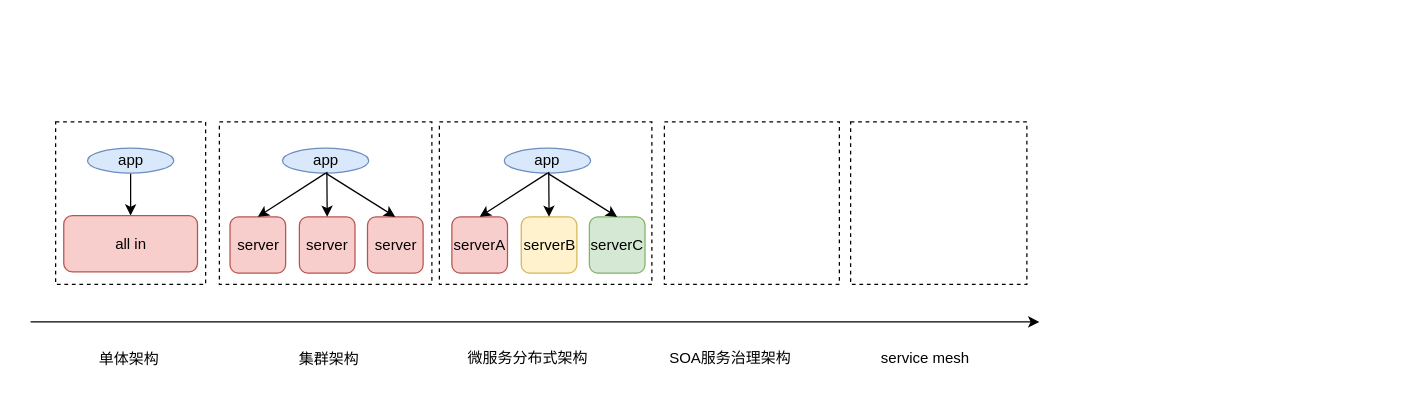
Earlier version of the draw.io diagram Untitled Diagram.drawio (jonasjq/jiaqing). Source tidied: cells renumbered, new cells numbered last; positions are measured from the earlier drawing's top-left corner, leaving out a move shared by most shapes. Both pictures are drawn from the tidied source at 125%, with x=0, y=0 at pixel (30, 121).
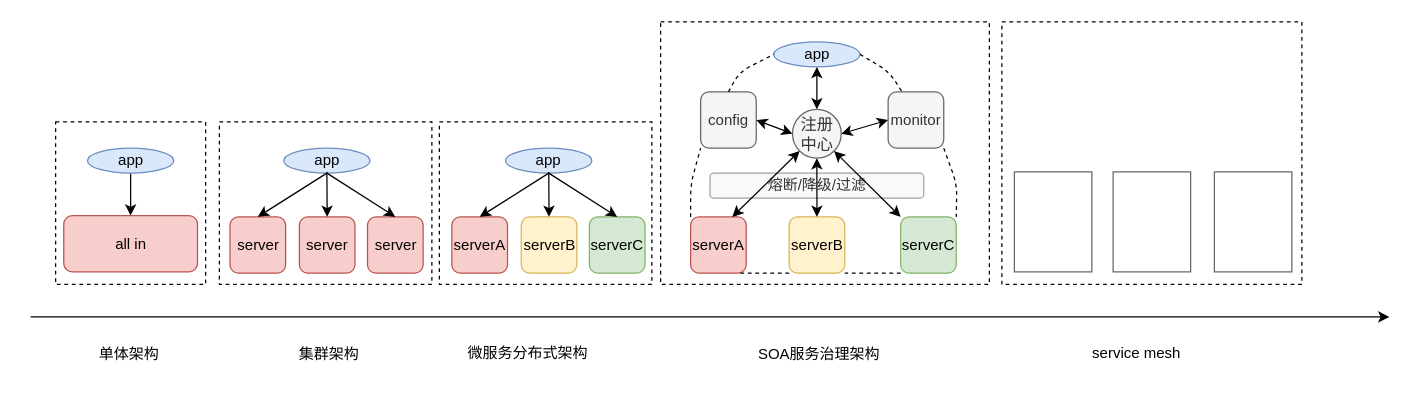
The same page after the edit.

What changed in the source:
```diff
@@
     <mxCell id="4" style="endArrow=classic;html=1;" parent="1" edge="1">
       <mxGeometry relative="1" as="geometry">
-        <mxPoint y="160" as="sourcePoint" />
-        <mxPoint x="807" y="160" as="targetPoint" />
+        <mxPoint y="156" as="sourcePoint" />
+        <mxPoint x="1087" y="156" as="targetPoint" />
       </mxGeometry>
     </mxCell>
@@
     <mxCell id="6" style="rounded=0;whiteSpace=wrap;html=1;dashed=1;" parent="1" vertex="1">
-      <mxGeometry x="507" width="140" height="130" as="geometry" />
+      <mxGeometry x="504" y="-80" width="263" height="210" as="geometry" />
     </mxCell>
     <mxCell id="7" value="单体架构" style="text;html=1;strokeColor=none;fillColor=none;align=center;verticalAlign=middle;whiteSpace=wrap;rounded=0;" parent="1" vertex="1">
-      <mxGeometry x="49" y="180" width="60" height="20" as="geometry" />
+      <mxGeometry x="49" y="176" width="60" height="20" as="geometry" />
     </mxCell>
     <mxCell id="8" value="集群架构" style="text;html=1;strokeColor=none;fillColor=none;align=center;verticalAlign=middle;whiteSpace=wrap;rounded=0;" parent="1" vertex="1">
-      <mxGeometry x="209" y="180" width="60" height="20" as="geometry" />
+      <mxGeometry x="209" y="176" width="60" height="20" as="geometry" />
     </mxCell>
     <mxCell id="9" value="微服务分布式架构" style="text;html=1;strokeColor=none;fillColor=none;align=center;verticalAlign=middle;whiteSpace=wrap;rounded=0;" parent="1" vertex="1">
-      <mxGeometry x="348" y="179" width="100" height="20" as="geometry" />
+      <mxGeometry x="348" y="175" width="100" height="20" as="geometry" />
     </mxCell>
     <mxCell id="10" value="SOA服务治理架构" style="text;html=1;strokeColor=none;fillColor=none;align=center;verticalAlign=middle;whiteSpace=wrap;rounded=0;" parent="1" vertex="1">
-      <mxGeometry x="510" y="179" width="100" height="20" as="geometry" />
+      <mxGeometry x="580.5" y="176" width="100" height="20" as="geometry" />
     </mxCell>
     <mxCell id="11" style="rounded=0;whiteSpace=wrap;html=1;dashed=1;" parent="1" vertex="1">
-      <mxGeometry x="656" width="141" height="130" as="geometry" />
+      <mxGeometry x="777" y="-80" width="240" height="210" as="geometry" />
     </mxCell>
     <mxCell id="12" value="service mesh" style="text;html=1;strokeColor=none;fillColor=none;align=center;verticalAlign=middle;whiteSpace=wrap;rounded=0;" parent="1" vertex="1">
-      <mxGeometry x="666" y="179" width="100" height="20" as="geometry" />
+      <mxGeometry x="834.5" y="175" width="100" height="20" as="geometry" />
     </mxCell>
@@
     <mxCell id="19" value="app" style="ellipse;whiteSpace=wrap;html=1;fillColor=#dae8fc;strokeColor=#6c8ebf;" parent="1" vertex="1">
-      <mxGeometry x="201.5" y="21" width="69" height="20" as="geometry" />
+      <mxGeometry x="202.5" y="21" width="69" height="20" as="geometry" />
     </mxCell>
@@
     <mxCell id="26" value="app" style="ellipse;whiteSpace=wrap;html=1;fillColor=#dae8fc;strokeColor=#6c8ebf;" parent="1" vertex="1">
-      <mxGeometry x="379" y="21" width="69" height="20" as="geometry" />
+      <mxGeometry x="380" y="21" width="69" height="20" as="geometry" />
     </mxCell>
@@
+    <mxCell id="30" value="serverA" style="rounded=1;whiteSpace=wrap;html=1;fillColor=#f8cecc;strokeColor=#b85450;" parent="1" vertex="1">
+      <mxGeometry x="528" y="76" width="44.5" height="45" as="geometry" />
+    </mxCell>
+    <mxCell id="31" value="serverB" style="rounded=1;whiteSpace=wrap;html=1;fillColor=#fff2cc;strokeColor=#d6b656;" parent="1" vertex="1">
+      <mxGeometry x="606.8" y="76" width="44.5" height="45" as="geometry" />
+    </mxCell>
+    <mxCell id="32" value="serverC" style="rounded=1;whiteSpace=wrap;html=1;fillColor=#d5e8d4;strokeColor=#82b366;" parent="1" vertex="1">
+      <mxGeometry x="696" y="76" width="44.5" height="45" as="geometry" />
+    </mxCell>
+    <mxCell id="33" value="app" style="ellipse;whiteSpace=wrap;html=1;fillColor=#dae8fc;strokeColor=#6c8ebf;" parent="1" vertex="1">
+      <mxGeometry x="594.5" y="-64" width="69" height="20" as="geometry" />
+    </mxCell>
+    <mxCell id="34" value="&lt;font style=&quot;font-size: 13px;&quot;&gt;注册中心&lt;/font&gt;" style="ellipse;whiteSpace=wrap;html=1;rounded=1;fillColor=#f5f5f5;strokeColor=#666666;fontColor=#333333;fontSize=13;" parent="1" vertex="1">
+      <mxGeometry x="609.5" y="-10" width="39" height="39" as="geometry" />
+    </mxCell>
+    <mxCell id="35" value="monitor" style="rounded=1;whiteSpace=wrap;html=1;fillColor=#f5f5f5;strokeColor=#666666;fontColor=#333333;" parent="1" vertex="1">
+      <mxGeometry x="686" y="-24" width="44.5" height="45" as="geometry" />
+    </mxCell>
+    <mxCell id="36" value="config" style="rounded=1;whiteSpace=wrap;html=1;fillColor=#f5f5f5;strokeColor=#666666;fontColor=#333333;" parent="1" vertex="1">
+      <mxGeometry x="536" y="-24" width="44.5" height="45" as="geometry" />
+    </mxCell>
+    <mxCell id="37" value="熔断/降级/过滤" style="rounded=1;whiteSpace=wrap;html=1;fillColor=#f5f5f5;strokeColor=#666666;fontColor=#333333;opacity=60;" parent="1" vertex="1">
+      <mxGeometry x="543.5" y="41" width="171" height="20" as="geometry" />
+    </mxCell>
+    <mxCell id="38" style="endArrow=classic;startArrow=classic;html=1;fontSize=13;exitX=0.5;exitY=0;exitDx=0;exitDy=0;entryX=0.5;entryY=1;entryDx=0;entryDy=0;" parent="1" edge="1" source="34" target="33">
+      <mxGeometry relative="1" as="geometry" />
+    </mxCell>
+    <mxCell id="39" style="endArrow=classic;startArrow=classic;html=1;fontSize=13;exitX=1;exitY=0.5;exitDx=0;exitDy=0;entryX=0;entryY=0.5;entryDx=0;entryDy=0;" parent="1" edge="1" source="34" target="35">
+      <mxGeometry relative="1" as="geometry" />
+    </mxCell>
+    <mxCell id="40" style="endArrow=classic;startArrow=classic;html=1;fontSize=13;exitX=0;exitY=0.5;exitDx=0;exitDy=0;entryX=1;entryY=0.5;entryDx=0;entryDy=0;" parent="1" edge="1" source="34" target="36">
+      <mxGeometry relative="1" as="geometry" />
+    </mxCell>
+    <mxCell id="41" style="endArrow=classic;startArrow=classic;html=1;fontSize=13;exitX=0;exitY=0;exitDx=0;exitDy=0;entryX=1;entryY=1;entryDx=0;entryDy=0;" parent="1" edge="1" source="32" target="34">
+      <mxGeometry relative="1" as="geometry" />
+    </mxCell>
+    <mxCell id="42" style="endArrow=classic;startArrow=classic;html=1;fontSize=13;exitX=0.5;exitY=0;exitDx=0;exitDy=0;entryX=0.5;entryY=1;entryDx=0;entryDy=0;" parent="1" edge="1" source="31" target="34">
+      <mxGeometry relative="1" as="geometry" />
+    </mxCell>
+    <mxCell id="43" style="endArrow=classic;startArrow=classic;html=1;fontSize=13;exitX=0.75;exitY=0;exitDx=0;exitDy=0;entryX=0;entryY=1;entryDx=0;entryDy=0;" parent="1" edge="1" source="30" target="34">
+      <mxGeometry relative="1" as="geometry" />
+    </mxCell>
+    <mxCell id="44" style="endArrow=none;dashed=1;html=1;fontSize=13;entryX=0;entryY=0.5;entryDx=0;entryDy=0;exitX=0.5;exitY=0;exitDx=0;exitDy=0;" parent="1" edge="1" source="36" target="33">
+      <mxGeometry relative="1" as="geometry">
+        <Array as="points">
+          <mxPoint x="567" y="-40" />
+        </Array>
+      </mxGeometry>
+    </mxCell>
+    <mxCell id="45" style="endArrow=none;dashed=1;html=1;fontSize=13;entryX=0.25;entryY=0;entryDx=0;entryDy=0;exitX=1;exitY=0.5;exitDx=0;exitDy=0;" parent="1" edge="1" source="33" target="35">
+      <mxGeometry relative="1" as="geometry">
+        <Array as="points">
+          <mxPoint x="687" y="-40" />
+        </Array>
+      </mxGeometry>
+    </mxCell>
+    <mxCell id="46" style="endArrow=none;dashed=1;html=1;fontSize=13;entryX=0;entryY=1;entryDx=0;entryDy=0;exitX=0;exitY=0;exitDx=0;exitDy=0;" parent="1" edge="1" source="30" target="36">
+      <mxGeometry relative="1" as="geometry">
+        <Array as="points">
+          <mxPoint x="528" y="50" />
+        </Array>
+      </mxGeometry>
+    </mxCell>
+    <mxCell id="47" style="endArrow=none;dashed=1;html=1;fontSize=13;exitX=0;exitY=1;exitDx=0;exitDy=0;" parent="1" edge="1" source="31">
+      <mxGeometry relative="1" as="geometry">
+        <mxPoint x="567" y="121" as="targetPoint" />
+      </mxGeometry>
+    </mxCell>
+    <mxCell id="48" style="endArrow=none;dashed=1;html=1;fontSize=13;exitX=0;exitY=1;exitDx=0;exitDy=0;entryX=1;entryY=1;entryDx=0;entryDy=0;" parent="1" edge="1" source="32" target="31">
+      <mxGeometry relative="1" as="geometry" />
+    </mxCell>
+    <mxCell id="49" style="endArrow=none;dashed=1;html=1;fontSize=13;exitX=1;exitY=1;exitDx=0;exitDy=0;entryX=1;entryY=0;entryDx=0;entryDy=0;" parent="1" edge="1" source="35" target="32">
+      <mxGeometry relative="1" as="geometry">
+        <Array as="points">
+          <mxPoint x="741" y="50" />
+        </Array>
+      </mxGeometry>
+    </mxCell>
+    <mxCell id="50" style="rounded=0;whiteSpace=wrap;html=1;fontSize=13;opacity=60;" parent="1" vertex="1">
+      <mxGeometry x="787" y="40" width="62" height="80" as="geometry" />
+    </mxCell>
+    <mxCell id="51" style="rounded=0;whiteSpace=wrap;html=1;fontSize=13;opacity=60;" parent="1" vertex="1">
+      <mxGeometry x="866" y="40" width="62" height="80" as="geometry" />
+    </mxCell>
+    <mxCell id="52" style="rounded=0;whiteSpace=wrap;html=1;fontSize=13;opacity=60;" parent="1" vertex="1">
+      <mxGeometry x="947" y="40" width="62" height="80" as="geometry" />
+    </mxCell>
```
